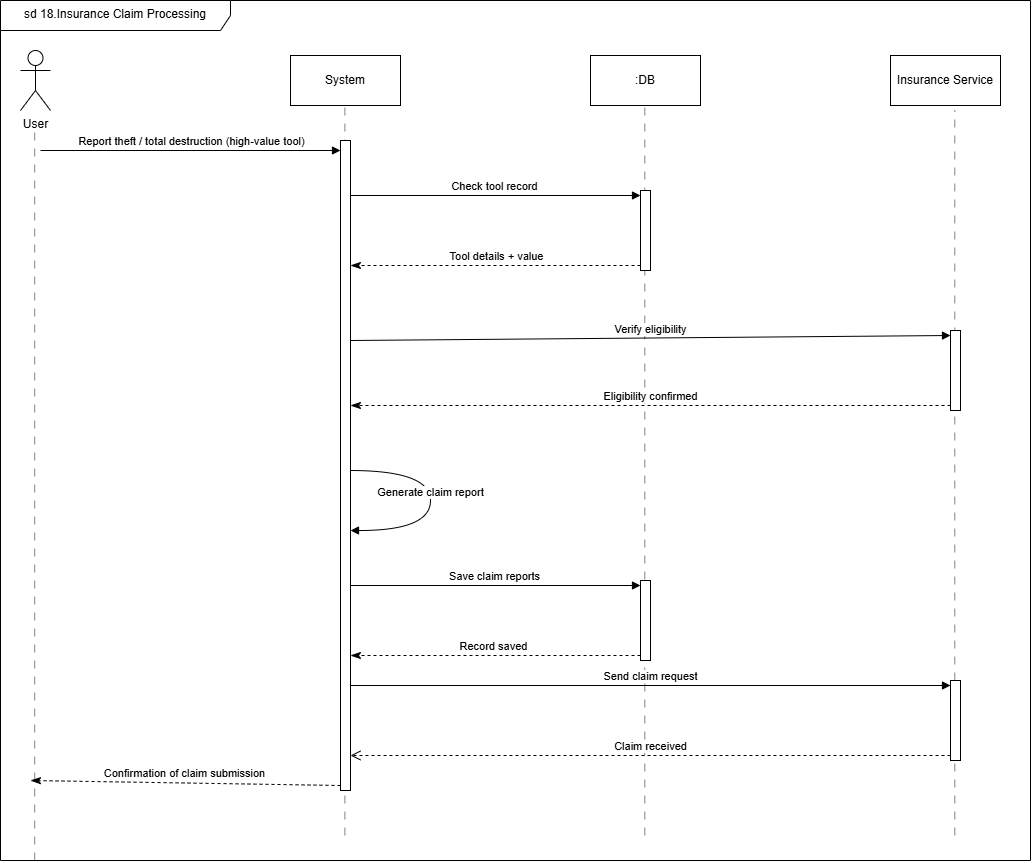
Above: SE Project/Sequence Diagrams/seq(18).drawio.png in M7moudAbdallah01/P2P-Specialized-Tool-Library-SE1- (draw.io), before the change. Source tidied: cells renumbered, new cells last; positions are measured from the earlier drawing's top-left corner, leaving out a move shared by most shapes.
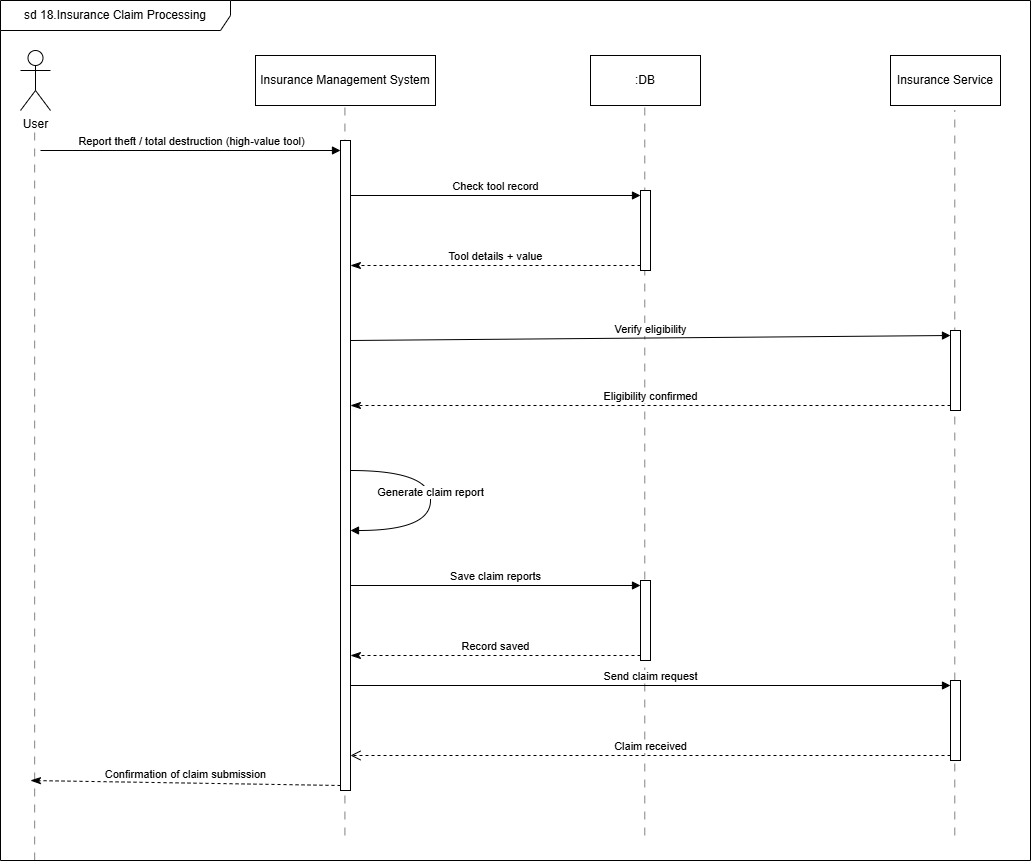
The same file after the commit.

Diff of the diagram source:
```diff
@@ -5,8 +5,8 @@
     <mxCell id="2" value="User" style="shape=umlActor;verticalLabelPosition=bottom;verticalAlign=top;html=1;" parent="1" vertex="1">
       <mxGeometry x="20" y="50" width="30" height="60" as="geometry" />
     </mxCell>
-    <mxCell id="3" value="System" style="html=1;whiteSpace=wrap;" parent="1" vertex="1">
-      <mxGeometry x="290" y="55" width="110" height="50" as="geometry" />
+    <mxCell id="3" value="Insurance Management System" style="html=1;whiteSpace=wrap;" parent="1" vertex="1">
+      <mxGeometry x="255" y="55" width="180" height="50" as="geometry" />
     </mxCell>
     <mxCell id="4" value=":DB" style="html=1;whiteSpace=wrap;" parent="1" vertex="1">
       <mxGeometry x="590" y="55" width="110" height="50" as="geometry" />
```
